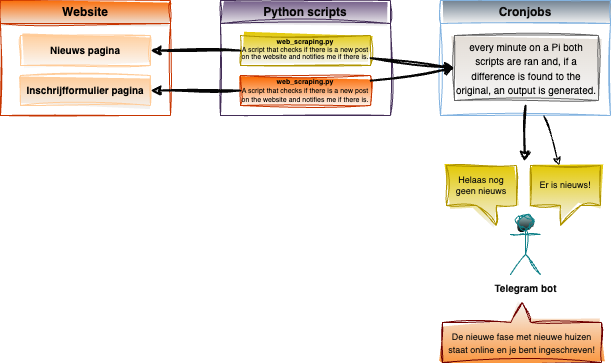
This is img/setup.png from Nelleke20/service.housescraper, a draw.io export, as it was before one commit. Source tidied: cells renumbered, new cells last; positions are measured from the earlier drawing's top-left corner, leaving out a move shared by most shapes.
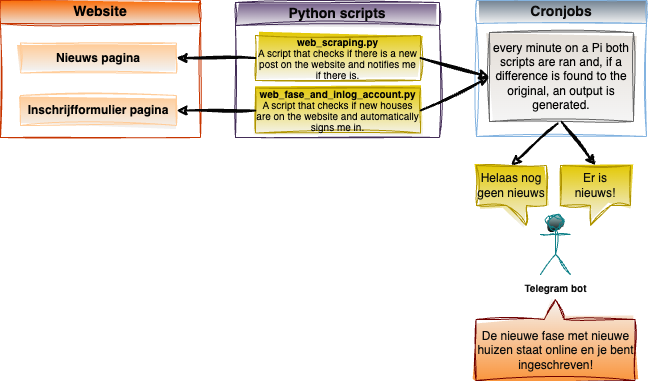
Later version of the same file.

Commit message:
feat(readme): edit typing size

Diff of the diagram source:
```diff
@@ -5,59 +5,58 @@
     <mxCell id="2" value="&lt;font size=&quot;1&quot; style=&quot;&quot; color=&quot;#0d0d0d&quot;&gt;&lt;b style=&quot;&quot;&gt;Telegram bot&lt;/b&gt;&lt;/font&gt;" style="shape=umlActor;verticalLabelPosition=bottom;verticalAlign=top;html=1;fillColor=#b0e3e6;strokeColor=#0e8088;sketch=1;curveFitting=1;jiggle=2;gradientColor=default;" parent="1" vertex="1">
       <mxGeometry x="510" y="214" width="30" height="60" as="geometry" />
     </mxCell>
-    <mxCell id="3" value="Website" style="swimlane;whiteSpace=wrap;html=1;fillColor=#fa6800;strokeColor=#C73500;sketch=1;curveFitting=1;jiggle=2;gradientDirection=south;swimlaneFillColor=none;fontColor=#000000;gradientColor=#EDEDED;" parent="1" vertex="1">
-      <mxGeometry width="170" height="115" as="geometry" />
+    <mxCell id="3" value="Website" style="swimlane;whiteSpace=wrap;html=1;fillColor=#fa6800;strokeColor=#C73500;sketch=1;curveFitting=1;jiggle=2;gradientDirection=south;swimlaneFillColor=none;fontColor=#000000;gradientColor=#EDEDED;startSize=23;fontSize=14;" parent="1" vertex="1">
+      <mxGeometry x="-30" width="200" height="137" as="geometry" />
     </mxCell>
+    <mxCell id="5" value="&lt;font color=&quot;#030303&quot; style=&quot;font-size: 12px;&quot;&gt;Inschrijfformulier pagina&lt;/font&gt;" style="rounded=0;whiteSpace=wrap;html=1;fillColor=#FFCC99;fontSize=12;fontStyle=1;sketch=1;curveFitting=1;jiggle=2;gradientColor=#F2F2F2;strokeColor=#FFCC99;" parent="3" vertex="1">
+      <mxGeometry x="20" y="95" width="156" height="30" as="geometry" />
+    </mxCell>
-    <mxCell id="4" value="&lt;font style=&quot;font-size: 10px;&quot; color=&quot;#030303&quot;&gt;Nieuws pagina&lt;/font&gt;" style="rounded=0;whiteSpace=wrap;html=1;fillColor=#FFCC99;fontStyle=1;sketch=1;curveFitting=1;jiggle=2;gradientColor=#FAFAFA;strokeColor=#FFCC99;" parent="3" vertex="1">
-      <mxGeometry x="20" y="35" width="130" height="30" as="geometry" />
+    <mxCell id="4" value="&lt;font color=&quot;#030303&quot; style=&quot;font-size: 12px;&quot;&gt;Nieuws pagina&lt;/font&gt;" style="rounded=0;whiteSpace=wrap;html=1;fillColor=#FFCC99;fontSize=12;fontStyle=1;sketch=1;curveFitting=1;jiggle=2;gradientColor=#F2F2F2;strokeColor=#FFCC99;" parent="3" vertex="1">
+      <mxGeometry x="20" y="42.5" width="156" height="30" as="geometry" />
     </mxCell>
-    <mxCell id="5" value="&lt;font color=&quot;#030303&quot; style=&quot;font-size: 10px;&quot;&gt;Inschrijfformulier pagina&lt;/font&gt;" style="rounded=0;whiteSpace=wrap;html=1;fillColor=#FFCC99;fontSize=12;fontStyle=1;sketch=1;curveFitting=1;jiggle=2;gradientColor=#F2F2F2;strokeColor=#FFCC99;" parent="3" vertex="1">
-      <mxGeometry x="20" y="75" width="130" height="30" as="geometry" />
-    </mxCell>
-    <mxCell id="6" value="&lt;font color=&quot;#050505&quot;&gt;Python scripts&lt;/font&gt;" style="swimlane;whiteSpace=wrap;html=1;fontColor=#ffffff;fillColor=#76608a;strokeColor=#432D57;sketch=1;curveFitting=1;jiggle=2;rounded=0;gradientColor=#F5F5F5;" parent="1" vertex="1">
-      <mxGeometry x="220" width="170" height="115" as="geometry" />
+    <mxCell id="6" value="&lt;font color=&quot;#050505&quot; style=&quot;font-size: 14px;&quot;&gt;Python scripts&lt;/font&gt;" style="swimlane;whiteSpace=wrap;html=1;fontColor=#ffffff;fillColor=#76608a;strokeColor=#432D57;sketch=1;curveFitting=1;jiggle=2;rounded=0;gradientColor=#F5F5F5;fontSize=14;" parent="1" vertex="1">
+      <mxGeometry x="205" y="2" width="204" height="135" as="geometry" />
     </mxCell>
-    <mxCell id="7" value="&lt;p style=&quot;line-height: 110%; font-size: 7px;&quot;&gt;&lt;font style=&quot;font-size: 7px;&quot; color=&quot;#030303&quot;&gt;&lt;b style=&quot;font-size: 7px;&quot;&gt;web_scraping.py &lt;br style=&quot;font-size: 7px;&quot;&gt;&lt;/b&gt;A script that checks if there is a new post on the website and notifies me if there is.&lt;/font&gt;&lt;/p&gt;" style="rounded=0;whiteSpace=wrap;html=1;fillColor=#e3c800;fontColor=#000000;strokeColor=#B09500;align=center;fontSize=7;spacing=2;sketch=1;curveFitting=1;jiggle=2;gradientColor=#F5F5F5;" parent="6" vertex="1">
-      <mxGeometry x="20" y="35" width="130" height="30" as="geometry" />
+    <mxCell id="7" value="&lt;p style=&quot;line-height: 110%; font-size: 10px;&quot;&gt;&lt;font style=&quot;font-size: 10px;&quot; color=&quot;#030303&quot;&gt;&lt;b style=&quot;font-size: 10px;&quot;&gt;web_scraping.py &lt;br style=&quot;font-size: 10px;&quot;&gt;&lt;/b&gt;A script that checks if there is a new post on the website and notifies me if there is.&lt;/font&gt;&lt;/p&gt;" style="rounded=0;whiteSpace=wrap;html=1;fillColor=#e3c800;fontColor=#000000;strokeColor=#B09500;align=center;fontSize=10;spacing=2;sketch=1;curveFitting=1;jiggle=2;gradientColor=#F5F5F5;" parent="6" vertex="1">
+      <mxGeometry x="20" y="33" width="165" height="45" as="geometry" />
     </mxCell>
-    <mxCell id="8" value="&lt;p style=&quot;line-height: 56%;&quot;&gt;&lt;font style=&quot;font-size: 7px;&quot;&gt;&lt;b style=&quot;color: rgb(3, 3, 3);&quot;&gt;web_scraping.py&lt;br&gt;&lt;/b&gt;&lt;span style=&quot;color: rgb(3, 3, 3);&quot;&gt;A script that checks if there is a new post on the website and notifies me if there is.&lt;/span&gt;&lt;/font&gt;&lt;br&gt;&lt;/p&gt;" style="rounded=0;whiteSpace=wrap;html=1;fillColor=#fa6800;fontColor=#000000;strokeColor=#C73500;sketch=1;curveFitting=1;jiggle=2;gradientColor=#FFFFFF;" parent="6" vertex="1">
-      <mxGeometry x="20" y="75" width="130" height="30" as="geometry" />
-    </mxCell>
-    <mxCell id="9" style="edgeStyle=none;sketch=1;hachureGap=4;jiggle=2;curveFitting=1;html=1;fontFamily=Architects Daughter;fontSource=https%3A%2F%2Ffonts.googleapis.com%2Fcss%3Ffamily%3DArchitects%2BDaughter;fontSize=16;" parent="1" edge="1" source="10" target="16">
-      <mxGeometry relative="1" as="geometry" />
-    </mxCell>
+    <mxCell id="20" value="&lt;p style=&quot;line-height: 110%; font-size: 10px;&quot;&gt;&lt;font style=&quot;font-size: 10px;&quot; color=&quot;#030303&quot;&gt;&lt;b style=&quot;font-size: 10px;&quot;&gt;web_fase_and_inlog_account.py &lt;br style=&quot;font-size: 10px;&quot;&gt;&lt;/b&gt;A script that checks if new houses are on the website and automatically signs me in.&lt;/font&gt;&lt;/p&gt;" style="rounded=0;whiteSpace=wrap;html=1;fillColor=#e3c800;fontColor=#000000;strokeColor=#B09500;align=center;fontSize=10;spacing=2;sketch=1;curveFitting=1;jiggle=2;gradientColor=#F5F5F5;" parent="6" vertex="1">
+      <mxGeometry x="20" y="85.5" width="165" height="45" as="geometry" />
+    </mxCell>
-    <mxCell id="10" value="&lt;font color=&quot;#0d0d0d&quot;&gt;Cronjobs&lt;/font&gt;" style="swimlane;whiteSpace=wrap;html=1;fontColor=#ffffff;fillColor=#647687;strokeColor=#83B3E0;sketch=1;curveFitting=1;jiggle=2;gradientColor=#F5F5F5;" parent="1" vertex="1">
-      <mxGeometry x="440" width="170" height="115" as="geometry" />
+    <mxCell id="10" value="&lt;font color=&quot;#0d0d0d&quot; style=&quot;font-size: 14px;&quot;&gt;Cronjobs&lt;/font&gt;" style="swimlane;whiteSpace=wrap;html=1;fontColor=#ffffff;fillColor=#647687;strokeColor=#83B3E0;sketch=1;curveFitting=1;jiggle=2;gradientColor=#F5F5F5;fontSize=14;" parent="1" vertex="1">
+      <mxGeometry x="446" width="170" height="136" as="geometry" />
     </mxCell>
-    <mxCell id="11" value="&lt;font size=&quot;1&quot; color=&quot;#030303&quot;&gt;&lt;span style=&quot;&quot;&gt;every minute on a Pi both scripts are ran and, if a difference is found to the original, an output is generated.&lt;/span&gt;&lt;/font&gt;" style="rounded=0;whiteSpace=wrap;html=1;fillColor=#E3DDD6;strokeColor=#666666;fontStyle=0;sketch=1;curveFitting=1;jiggle=2;gradientColor=#F5F5F5;" parent="10" vertex="1">
-      <mxGeometry x="14" y="35" width="144" height="65" as="geometry" />
+    <mxCell id="11" value="&lt;font color=&quot;#030303&quot; style=&quot;font-size: 12px;&quot;&gt;&lt;span style=&quot;font-size: 12px;&quot;&gt;every minute on a Pi both scripts are ran and, if a difference is found to the original, an output is generated.&lt;/span&gt;&lt;/font&gt;" style="rounded=0;whiteSpace=wrap;html=1;fillColor=#E3DDD6;strokeColor=#666666;fontStyle=0;sketch=1;curveFitting=1;jiggle=2;gradientColor=#F5F5F5;fontSize=12;" parent="10" vertex="1">
+      <mxGeometry x="13" y="32" width="144" height="89" as="geometry" />
     </mxCell>
-    <mxCell id="12" style="edgeStyle=none;html=1;entryX=1;entryY=0.5;entryDx=0;entryDy=0;strokeColor=#050505;strokeWidth=2;fontSize=10;fontColor=#5498F0;fillColor=#6d8764;sketch=1;curveFitting=1;jiggle=2;" parent="1" edge="1" source="7" target="4">
+    <mxCell id="12" style="edgeStyle=none;html=1;strokeColor=#050505;strokeWidth=2;fontSize=10;fontColor=#5498F0;fillColor=#6d8764;sketch=1;curveFitting=1;jiggle=2;" parent="1" edge="1" source="7" target="4">
       <mxGeometry relative="1" as="geometry" />
     </mxCell>
-    <mxCell id="13" style="edgeStyle=none;html=1;entryX=1;entryY=0.5;entryDx=0;entryDy=0;strokeColor=#050505;strokeWidth=2;fontSize=10;fontColor=#5498F0;fillColor=#6d8764;sketch=1;curveFitting=1;jiggle=2;" parent="1" edge="1" source="8" target="5">
+    <mxCell id="13" style="edgeStyle=none;html=1;entryX=1;entryY=0.5;entryDx=0;entryDy=0;strokeColor=#050505;strokeWidth=2;fontSize=10;fontColor=#5498F0;fillColor=#6d8764;sketch=1;curveFitting=1;jiggle=2;exitX=0;exitY=0.5;exitDx=0;exitDy=0;" parent="1" edge="1" source="20" target="5">
       <mxGeometry relative="1" as="geometry" />
     </mxCell>
-    <mxCell id="14" style="edgeStyle=none;html=1;strokeColor=#050505;strokeWidth=2;fontSize=10;fontColor=#5498F0;fillColor=#6d8764;sketch=1;curveFitting=1;jiggle=2;" parent="1" edge="1">
+    <mxCell id="14" style="edgeStyle=none;html=1;strokeColor=#050505;strokeWidth=2;fontSize=10;fontColor=#5498F0;fillColor=#6d8764;sketch=1;curveFitting=1;jiggle=2;exitX=0.474;exitY=1.022;exitDx=0;exitDy=0;exitPerimeter=0;" parent="1" edge="1" source="11">
       <mxGeometry relative="1" as="geometry">
-        <mxPoint x="525" y="105" as="sourcePoint" />
-        <mxPoint x="524" y="161" as="targetPoint" />
+        <mxPoint x="480.5" y="165" as="targetPoint" />
       </mxGeometry>
     </mxCell>
-    <mxCell id="15" value="&lt;font color=&quot;#0c0d0d&quot; style=&quot;font-size: 9px;&quot;&gt;Helaas nog geen nieuws&lt;/font&gt;" style="shape=callout;whiteSpace=wrap;html=1;perimeter=calloutPerimeter;fontSize=9;fontColor=#000000;fillColor=#e3c800;position2=0.71;size=20;position=0.43;strokeColor=#B09500;sketch=1;curveFitting=1;jiggle=2;gradientColor=#F2F2F2;" parent="1" vertex="1">
+    <mxCell id="15" value="&lt;font color=&quot;#0c0d0d&quot; style=&quot;font-size: 12px;&quot;&gt;Helaas nog geen nieuws&lt;/font&gt;" style="shape=callout;whiteSpace=wrap;html=1;perimeter=calloutPerimeter;fontSize=12;fontColor=#000000;fillColor=#e3c800;position2=0.71;size=20;position=0.43;strokeColor=#B09500;sketch=1;curveFitting=1;jiggle=2;gradientColor=#F2F2F2;" parent="1" vertex="1">
       <mxGeometry x="446" y="165" width="70" height="60" as="geometry" />
     </mxCell>
-    <mxCell id="16" value="&lt;font color=&quot;#0c0d0d&quot; style=&quot;font-size: 9px;&quot;&gt;Er is nieuws!&lt;/font&gt;" style="shape=callout;whiteSpace=wrap;html=1;perimeter=calloutPerimeter;fontSize=9;fontColor=#000000;fillColor=#e3c800;position2=0.43;size=20;position=0.43;strokeColor=#B09500;sketch=1;curveFitting=1;jiggle=2;gradientColor=#F2F2F2;" parent="1" vertex="1">
+    <mxCell id="16" value="&lt;font color=&quot;#0c0d0d&quot; style=&quot;font-size: 12px;&quot;&gt;Er is nieuws!&lt;/font&gt;" style="shape=callout;whiteSpace=wrap;html=1;perimeter=calloutPerimeter;fontSize=12;fontColor=#000000;fillColor=#e3c800;position2=0.43;size=20;position=0.43;strokeColor=#B09500;sketch=1;curveFitting=1;jiggle=2;gradientColor=#F2F2F2;" parent="1" vertex="1">
       <mxGeometry x="530" y="165" width="70" height="60" as="geometry" />
     </mxCell>
-    <mxCell id="17" style="edgeStyle=none;html=1;strokeColor=#050505;strokeWidth=2;fontSize=10;fontColor=#0c0d0d;fillColor=#6d8764;entryX=0;entryY=0.5;entryDx=0;entryDy=0;sketch=1;curveFitting=1;jiggle=2;" parent="1" edge="1" source="7" target="11">
+    <mxCell id="17" style="edgeStyle=none;html=1;strokeColor=#050505;strokeWidth=2;fontSize=10;fontColor=#0c0d0d;fillColor=#6d8764;entryX=0;entryY=0.5;entryDx=0;entryDy=0;sketch=1;curveFitting=1;jiggle=2;exitX=1;exitY=0.5;exitDx=0;exitDy=0;" parent="1" edge="1" source="7" target="11">
       <mxGeometry relative="1" as="geometry" />
     </mxCell>
-    <mxCell id="18" style="edgeStyle=none;shape=connector;rounded=1;html=1;entryX=0;entryY=0.5;entryDx=0;entryDy=0;labelBackgroundColor=default;strokeColor=#050505;strokeWidth=2;fontFamily=Helvetica;fontSize=10;fontColor=#0c0d0d;endArrow=classic;fillColor=#6d8764;sketch=1;curveFitting=1;jiggle=2;" parent="1" edge="1" source="8" target="11">
+    <mxCell id="18" style="edgeStyle=none;shape=connector;rounded=1;html=1;entryX=0;entryY=0.5;entryDx=0;entryDy=0;labelBackgroundColor=default;strokeColor=#050505;strokeWidth=2;fontFamily=Helvetica;fontSize=10;fontColor=#0c0d0d;endArrow=classic;fillColor=#6d8764;sketch=1;curveFitting=1;jiggle=2;exitX=1;exitY=0.5;exitDx=0;exitDy=0;" parent="1" edge="1" source="20" target="11">
       <mxGeometry relative="1" as="geometry" />
     </mxCell>
-    <mxCell id="19" value="&lt;font style=&quot;font-size: 9px;&quot; color=&quot;#0c0d0d&quot;&gt;De nieuwe fase met nieuwe huizen staat online en je bent ingeschreven!&lt;/font&gt;" style="shape=callout;whiteSpace=wrap;html=1;perimeter=calloutPerimeter;fontSize=10;fontColor=#ffffff;fillColor=#FA9237;position2=0.5;size=20;position=0.43;strokeColor=#6F0000;direction=west;flipH=1;sketch=1;curveFitting=1;jiggle=2;gradientColor=#F5F5F5;" parent="1" vertex="1">
-      <mxGeometry x="442" y="302" width="159" height="60" as="geometry" />
+    <mxCell id="19" value="&lt;font style=&quot;font-size: 12px;&quot; color=&quot;#0c0d0d&quot;&gt;De nieuwe fase met nieuwe huizen staat online en je bent ingeschreven!&lt;/font&gt;" style="shape=callout;whiteSpace=wrap;html=1;perimeter=calloutPerimeter;fontSize=12;fontColor=#ffffff;fillColor=#FA9237;position2=0.5;size=20;position=0.43;strokeColor=#6F0000;direction=west;flipH=1;sketch=1;curveFitting=1;jiggle=2;gradientColor=#F5F5F5;" parent="1" vertex="1">
+      <mxGeometry x="445.5" y="299" width="159" height="81" as="geometry" />
     </mxCell>
+    <mxCell id="21" style="edgeStyle=none;sketch=1;hachureGap=4;jiggle=2;curveFitting=1;html=1;entryX=0.5;entryY=0;entryDx=0;entryDy=0;entryPerimeter=0;strokeWidth=2;fontFamily=Helvetica;fontSource=https%3A%2F%2Ffonts.googleapis.com%2Fcss%3Ffamily%3DArchitects%2BDaughter;fontSize=10;fontColor=#5498F0;startSize=23;exitX=0.5;exitY=1;exitDx=0;exitDy=0;strokeColor=#050505;fillColor=#6d8764;" parent="1" edge="1" source="11" target="16">
+      <mxGeometry relative="1" as="geometry" />
+    </mxCell>
   </root>
 </mxGraphModel>
```
